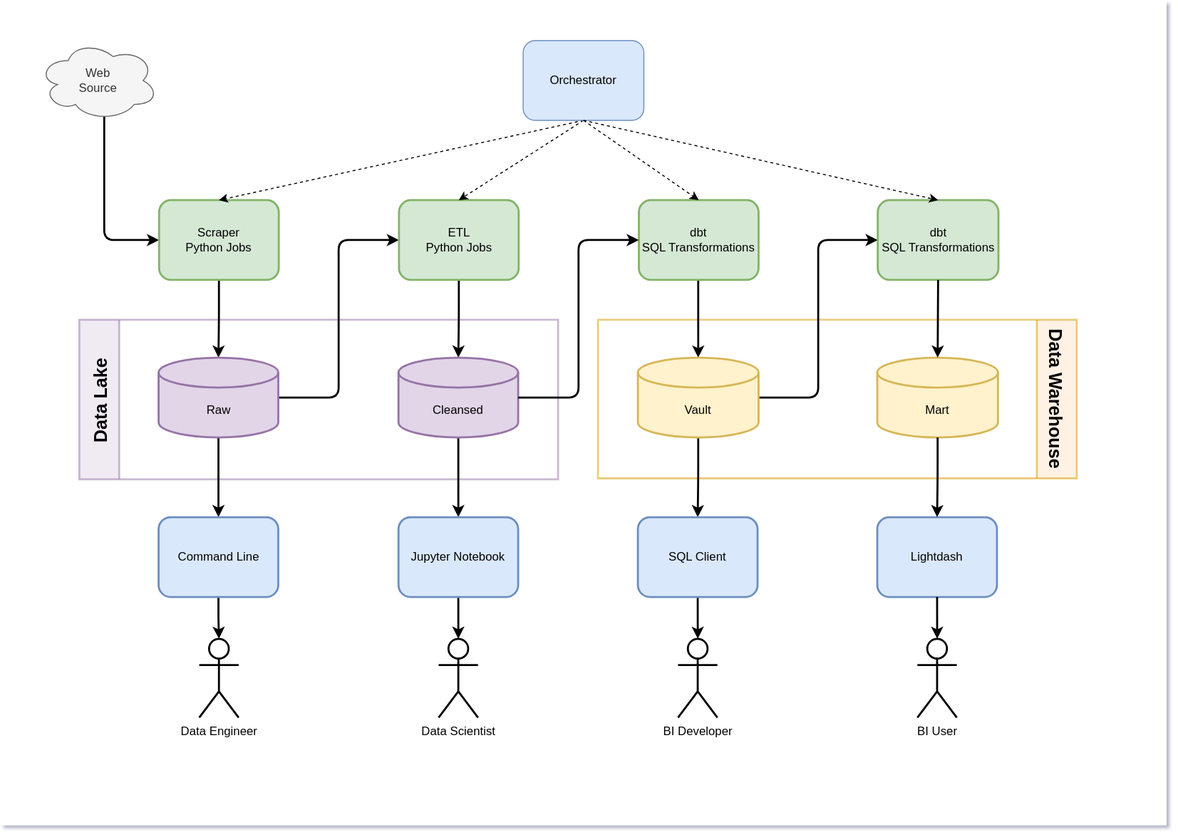
Above: doc/architecture-overview.drawio.svg in petracarrion/job-market-analytics (draw.io), before the change. Source tidied: cells renumbered, new cells last; positions are measured from the earlier drawing's top-left corner, leaving out a move shared by most shapes.
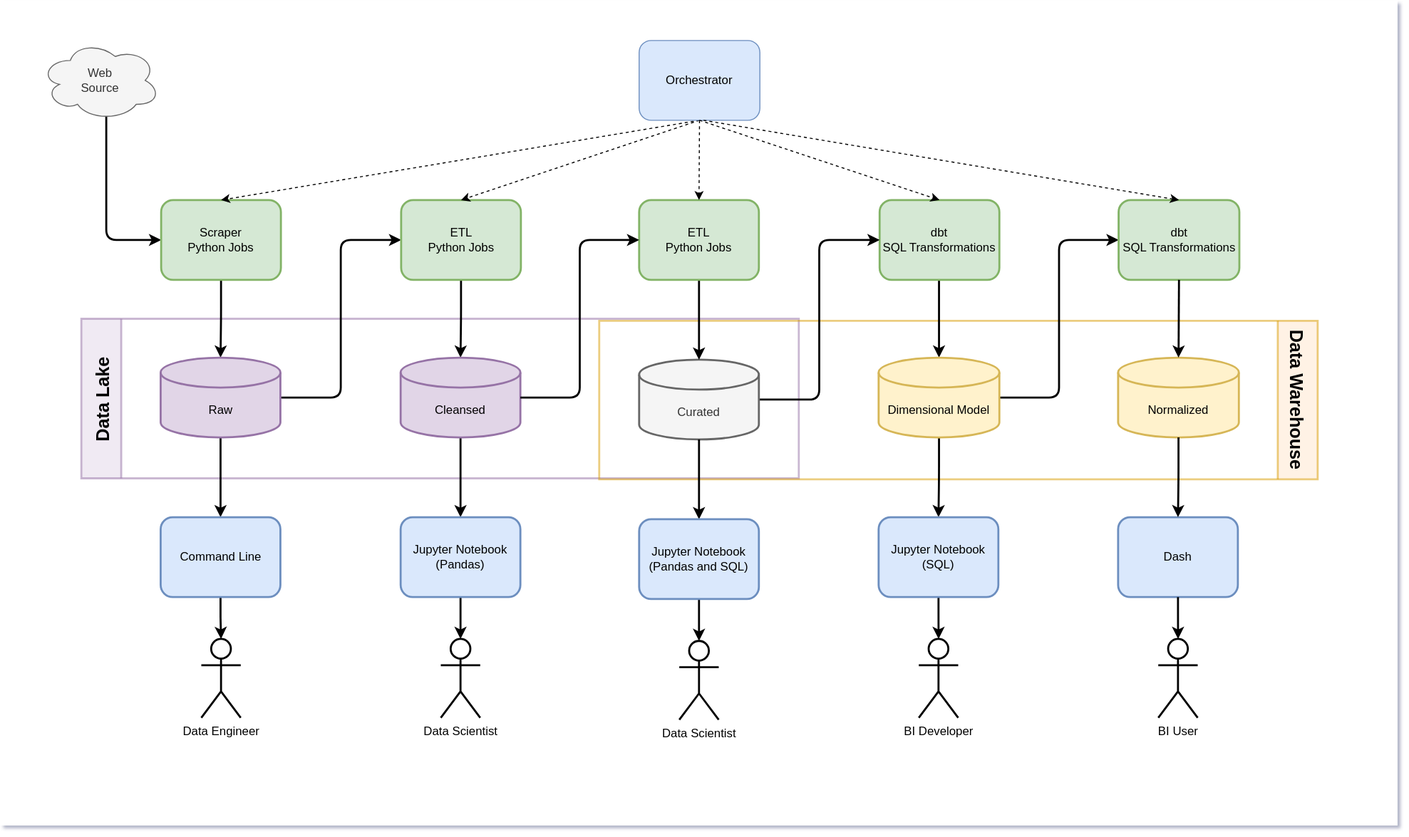
Later version of the same file.

What changed in the source:
```diff
@@ -3,30 +3,30 @@
     <mxCell id="0" />
     <mxCell id="1" parent="0" />
     <mxCell id="2" style="rounded=0;whiteSpace=wrap;html=1;strokeColor=none;" parent="1" vertex="1">
-      <mxGeometry width="1169" height="827" as="geometry" />
+      <mxGeometry x="-120" width="1400" height="827" as="geometry" />
     </mxCell>
     <mxCell id="3" value="Overview" parent="0" />
     <mxCell id="4" value="Data Lake" style="swimlane;horizontal=0;fontSize=18;startSize=40;fillColor=#e1d5e7;strokeColor=#9673a6;strokeWidth=2;opacity=50;" parent="3" vertex="1">
-      <mxGeometry x="79" y="320" width="480" height="160" as="geometry" />
+      <mxGeometry x="-39" y="319" width="719" height="160" as="geometry" />
     </mxCell>
     <mxCell id="5" value="Data Warehouse" style="swimlane;horizontal=0;fontSize=18;startSize=40;fillColor=#ffe6cc;strokeColor=#d79b00;rotation=-180;strokeWidth=2;opacity=50;" parent="3" vertex="1">
-      <mxGeometry x="599" y="320" width="480" height="159" as="geometry" />
+      <mxGeometry x="480" y="321" width="720" height="159" as="geometry" />
     </mxCell>
     <mxCell id="6" style="edgeStyle=orthogonalEdgeStyle;rounded=1;sketch=0;jumpStyle=arc;jettySize=auto;html=1;entryX=0;entryY=0.5;entryDx=0;entryDy=0;shadow=0;fontSize=18;fontColor=#E6E6E6;strokeWidth=2;exitX=0.55;exitY=0.95;exitDx=0;exitDy=0;exitPerimeter=0;" parent="3" edge="1" source="7" target="9">
       <mxGeometry relative="1" as="geometry">
         <Array as="points">
-          <mxPoint x="104" y="240" />
+          <mxPoint x="-14" y="240" />
         </Array>
       </mxGeometry>
     </mxCell>
     <mxCell id="7" value="Web&lt;br&gt;Source" style="ellipse;shape=cloud;whiteSpace=wrap;html=1;fillColor=#f5f5f5;strokeColor=#666666;fontColor=#333333;" parent="3" vertex="1">
-      <mxGeometry x="38" y="40" width="120" height="80" as="geometry" />
+      <mxGeometry x="-80" y="40" width="120" height="80" as="geometry" />
     </mxCell>
     <mxCell id="8" style="edgeStyle=orthogonalEdgeStyle;rounded=1;jettySize=auto;html=1;strokeWidth=2;" parent="3" edge="1" source="9" target="12">
       <mxGeometry relative="1" as="geometry" />
     </mxCell>
     <mxCell id="9" value="Scraper&lt;br&gt;Python Jobs" style="rounded=1;whiteSpace=wrap;html=1;fillColor=#d5e8d4;strokeColor=#82b366;strokeWidth=2;perimeterSpacing=0;" parent="3" vertex="1">
-      <mxGeometry x="159" y="200" width="120" height="80" as="geometry" />
+      <mxGeometry x="41" y="200" width="120" height="80" as="geometry" />
     </mxCell>
     <mxCell id="10" style="edgeStyle=orthogonalEdgeStyle;rounded=1;jettySize=auto;html=1;entryX=0;entryY=0.5;entryDx=0;entryDy=0;strokeWidth=2;" parent="3" edge="1" source="12" target="14">
       <mxGeometry relative="1" as="geometry" />
@@ -35,23 +35,23 @@
       <mxGeometry relative="1" as="geometry" />
     </mxCell>
     <mxCell id="12" value="Raw" style="shape=cylinder3;whiteSpace=wrap;html=1;boundedLbl=1;backgroundOutline=1;size=15;fillColor=#e1d5e7;strokeColor=#9673a6;strokeWidth=2;perimeterSpacing=0;" parent="3" vertex="1">
-      <mxGeometry x="158.5" y="358" width="120" height="80" as="geometry" />
+      <mxGeometry x="40.5" y="358" width="120" height="80" as="geometry" />
     </mxCell>
     <mxCell id="13" style="edgeStyle=orthogonalEdgeStyle;rounded=1;jettySize=auto;html=1;strokeWidth=2;entryX=0.5;entryY=0;entryDx=0;entryDy=0;entryPerimeter=0;exitX=0.5;exitY=1;exitDx=0;exitDy=0;" parent="3" edge="1" source="14" target="16">
       <mxGeometry relative="1" as="geometry" />
     </mxCell>
     <mxCell id="14" value="ETL&lt;br&gt;Python Jobs" style="rounded=1;whiteSpace=wrap;html=1;fillColor=#d5e8d4;strokeColor=#82b366;strokeWidth=2;perimeterSpacing=0;" parent="3" vertex="1">
-      <mxGeometry x="399.5" y="200" width="120" height="80" as="geometry" />
+      <mxGeometry x="281.5" y="200" width="120" height="80" as="geometry" />
     </mxCell>
     <mxCell id="15" style="edgeStyle=orthogonalEdgeStyle;rounded=1;jettySize=auto;html=1;entryX=0.5;entryY=0;entryDx=0;entryDy=0;fontSize=48;strokeWidth=2;" parent="3" edge="1" source="16" target="25">
       <mxGeometry relative="1" as="geometry" />
     </mxCell>
     <mxCell id="16" value="Cleansed" style="shape=cylinder3;whiteSpace=wrap;html=1;boundedLbl=1;backgroundOutline=1;size=15;fillColor=#e1d5e7;strokeColor=#9673a6;strokeWidth=2;perimeterSpacing=0;" parent="3" vertex="1">
-      <mxGeometry x="399" y="358" width="120" height="80" as="geometry" />
+      <mxGeometry x="281" y="358" width="120" height="80" as="geometry" />
     </mxCell>
     <mxCell id="17" style="edgeStyle=orthogonalEdgeStyle;rounded=1;jettySize=auto;html=1;entryX=0.5;entryY=0;entryDx=0;entryDy=0;entryPerimeter=0;strokeWidth=2;jumpStyle=arc;shadow=0;sketch=0;" parent="3" edge="1" target="20">
       <mxGeometry relative="1" as="geometry">
-        <mxPoint x="699.5" y="280" as="sourcePoint" />
+        <mxPoint x="820.5" y="280" as="sourcePoint" />
       </mxGeometry>
     </mxCell>
     <mxCell id="18" style="edgeStyle=orthogonalEdgeStyle;rounded=1;jettySize=auto;html=1;strokeWidth=2;" parent="3" edge="1" source="20" target="22">
@@ -60,53 +60,53 @@
     <mxCell id="19" style="edgeStyle=orthogonalEdgeStyle;rounded=1;sketch=0;jumpStyle=arc;jettySize=auto;html=1;entryX=0;entryY=0.5;entryDx=0;entryDy=0;shadow=0;fontSize=18;fontColor=#E6E6E6;strokeWidth=2;" parent="3" edge="1" source="20" target="30">
       <mxGeometry relative="1" as="geometry" />
     </mxCell>
-    <mxCell id="20" value="Vault" style="shape=cylinder3;whiteSpace=wrap;html=1;boundedLbl=1;backgroundOutline=1;size=15;fillColor=#fff2cc;strokeColor=#d6b656;strokeWidth=2;perimeterSpacing=0;" parent="3" vertex="1">
-      <mxGeometry x="639" y="358" width="121" height="80" as="geometry" />
+    <mxCell id="20" value="Dimensional Model" style="shape=cylinder3;whiteSpace=wrap;html=1;boundedLbl=1;backgroundOutline=1;size=15;fillColor=#fff2cc;strokeColor=#d6b656;strokeWidth=2;perimeterSpacing=0;" parent="3" vertex="1">
+      <mxGeometry x="760" y="358" width="121" height="80" as="geometry" />
     </mxCell>
     <mxCell id="21" style="edgeStyle=orthogonalEdgeStyle;rounded=1;jettySize=auto;html=1;strokeWidth=2;" parent="3" edge="1" source="22" target="23">
       <mxGeometry relative="1" as="geometry" />
     </mxCell>
-    <mxCell id="22" value="SQL Client" style="rounded=1;whiteSpace=wrap;html=1;fillColor=#dae8fc;strokeColor=#6c8ebf;strokeWidth=2;" parent="3" vertex="1">
-      <mxGeometry x="639" y="518" width="120" height="80" as="geometry" />
+    <mxCell id="22" value="Jupyter Notebook&lt;br&gt;(SQL)" style="rounded=1;whiteSpace=wrap;html=1;fillColor=#dae8fc;strokeColor=#6c8ebf;strokeWidth=2;" parent="3" vertex="1">
+      <mxGeometry x="760" y="518" width="120" height="80" as="geometry" />
     </mxCell>
     <mxCell id="23" value="BI Developer" style="shape=umlActor;verticalLabelPosition=bottom;verticalAlign=top;html=1;outlineConnect=0;strokeWidth=2;" parent="3" vertex="1">
-      <mxGeometry x="679.2" y="640" width="39.5" height="79" as="geometry" />
+      <mxGeometry x="800.2" y="640" width="39.5" height="79" as="geometry" />
     </mxCell>
     <mxCell id="24" style="edgeStyle=orthogonalEdgeStyle;rounded=1;jettySize=auto;html=1;entryX=0.5;entryY=0;entryDx=0;entryDy=0;entryPerimeter=0;fontSize=48;strokeWidth=2;" parent="3" edge="1" source="25" target="26">
       <mxGeometry relative="1" as="geometry" />
     </mxCell>
-    <mxCell id="25" value="Jupyter Notebook" style="rounded=1;whiteSpace=wrap;html=1;fillColor=#dae8fc;strokeColor=#6c8ebf;strokeWidth=2;" parent="3" vertex="1">
-      <mxGeometry x="399" y="518" width="120" height="80" as="geometry" />
+    <mxCell id="25" value="Jupyter Notebook&lt;br&gt;(Pandas)" style="rounded=1;whiteSpace=wrap;html=1;fillColor=#dae8fc;strokeColor=#6c8ebf;strokeWidth=2;" parent="3" vertex="1">
+      <mxGeometry x="281" y="518" width="120" height="80" as="geometry" />
     </mxCell>
     <mxCell id="26" value="Data Scientist" style="shape=umlActor;verticalLabelPosition=bottom;verticalAlign=top;html=1;outlineConnect=0;strokeWidth=2;" parent="3" vertex="1">
-      <mxGeometry x="439.2" y="640" width="39.5" height="79" as="geometry" />
+      <mxGeometry x="321.2" y="640" width="39.5" height="79" as="geometry" />
     </mxCell>
     <mxCell id="27" style="edgeStyle=orthogonalEdgeStyle;rounded=0;jettySize=auto;html=1;entryX=0.5;entryY=0;entryDx=0;entryDy=0;entryPerimeter=0;strokeWidth=2;sourcePerimeterSpacing=0;" parent="3" edge="1" source="28" target="29">
       <mxGeometry relative="1" as="geometry" />
     </mxCell>
     <mxCell id="28" value="Command Line" style="rounded=1;whiteSpace=wrap;html=1;fillColor=#dae8fc;strokeColor=#6c8ebf;strokeWidth=2;" parent="3" vertex="1">
-      <mxGeometry x="158.5" y="518" width="120" height="80" as="geometry" />
+      <mxGeometry x="40.5" y="518" width="120" height="80" as="geometry" />
     </mxCell>
     <mxCell id="29" value="Data Engineer" style="shape=umlActor;verticalLabelPosition=bottom;verticalAlign=top;html=1;outlineConnect=0;strokeWidth=2;" parent="3" vertex="1">
-      <mxGeometry x="199.2" y="640" width="39.5" height="79" as="geometry" />
+      <mxGeometry x="81.2" y="640" width="39.5" height="79" as="geometry" />
     </mxCell>
     <mxCell id="30" value="dbt&lt;br&gt;SQL Transformations" style="rounded=1;whiteSpace=wrap;html=1;fillColor=#d5e8d4;strokeColor=#82b366;strokeWidth=2;perimeterSpacing=0;" parent="3" vertex="1">
-      <mxGeometry x="879.5" y="200" width="121" height="80" as="geometry" />
+      <mxGeometry x="1000.5" y="200" width="121" height="80" as="geometry" />
     </mxCell>
-    <mxCell id="31" value="Mart" style="shape=cylinder3;whiteSpace=wrap;html=1;boundedLbl=1;backgroundOutline=1;size=15;fillColor=#fff2cc;strokeColor=#d6b656;strokeWidth=2;perimeterSpacing=0;" parent="3" vertex="1">
-      <mxGeometry x="879" y="358" width="121" height="80" as="geometry" />
+    <mxCell id="31" value="Normalized" style="shape=cylinder3;whiteSpace=wrap;html=1;boundedLbl=1;backgroundOutline=1;size=15;fillColor=#fff2cc;strokeColor=#d6b656;strokeWidth=2;perimeterSpacing=0;" parent="3" vertex="1">
+      <mxGeometry x="1000" y="358" width="121" height="80" as="geometry" />
     </mxCell>
     <mxCell id="32" style="edgeStyle=orthogonalEdgeStyle;rounded=1;jettySize=auto;html=1;entryX=0.5;entryY=0;entryDx=0;entryDy=0;entryPerimeter=0;strokeWidth=2;jumpStyle=arc;shadow=0;sketch=0;" parent="3" edge="1" source="30" target="31">
       <mxGeometry relative="1" as="geometry" />
     </mxCell>
-    <mxCell id="33" value="Lightdash" style="rounded=1;whiteSpace=wrap;html=1;fillColor=#dae8fc;strokeColor=#6c8ebf;strokeWidth=2;" parent="3" vertex="1">
-      <mxGeometry x="879" y="518" width="120" height="80" as="geometry" />
+    <mxCell id="33" value="Dash" style="rounded=1;whiteSpace=wrap;html=1;fillColor=#dae8fc;strokeColor=#6c8ebf;strokeWidth=2;" parent="3" vertex="1">
+      <mxGeometry x="1000" y="518" width="120" height="80" as="geometry" />
     </mxCell>
     <mxCell id="34" style="edgeStyle=orthogonalEdgeStyle;rounded=1;jettySize=auto;html=1;strokeWidth=2;" parent="3" edge="1" source="31" target="33">
       <mxGeometry relative="1" as="geometry" />
     </mxCell>
     <mxCell id="35" value="BI User" style="shape=umlActor;verticalLabelPosition=bottom;verticalAlign=top;html=1;outlineConnect=0;strokeWidth=2;" parent="3" vertex="1">
-      <mxGeometry x="919.2" y="640" width="39.5" height="79" as="geometry" />
+      <mxGeometry x="1040.2" y="640" width="39.5" height="79" as="geometry" />
     </mxCell>
     <mxCell id="36" style="edgeStyle=orthogonalEdgeStyle;rounded=1;jettySize=auto;html=1;strokeWidth=2;" parent="3" edge="1" source="33" target="35">
       <mxGeometry relative="1" as="geometry" />
@@ -118,10 +118,10 @@
       <mxGeometry relative="1" as="geometry" />
     </mxCell>
     <mxCell id="39" value="Orchestrator" style="rounded=1;whiteSpace=wrap;html=1;fillColor=#dae8fc;strokeColor=#6c8ebf;" parent="3" vertex="1">
-      <mxGeometry x="524" y="40" width="121" height="80" as="geometry" />
+      <mxGeometry x="520" y="40" width="121" height="80" as="geometry" />
     </mxCell>
     <mxCell id="40" value="dbt&lt;br&gt;SQL Transformations" style="rounded=1;whiteSpace=wrap;html=1;fillColor=#d5e8d4;strokeColor=#82b366;strokeWidth=2;perimeterSpacing=0;" parent="3" vertex="1">
-      <mxGeometry x="640" y="200" width="120" height="80" as="geometry" />
+      <mxGeometry x="761" y="200" width="120" height="80" as="geometry" />
     </mxCell>
     <mxCell id="41" style="edgeStyle=none;rounded=0;jettySize=auto;html=1;entryX=0.5;entryY=0;entryDx=0;entryDy=0;exitX=0.5;exitY=1;exitDx=0;exitDy=0;dashed=1;" parent="3" edge="1" source="39" target="40">
       <mxGeometry relative="1" as="geometry" />
@@ -131,8 +131,37 @@
         <mxPoint x="584.5" y="120" as="sourcePoint" />
       </mxGeometry>
     </mxCell>
-    <mxCell id="43" style="edgeStyle=orthogonalEdgeStyle;rounded=1;jettySize=auto;html=1;entryX=0;entryY=0.5;entryDx=0;entryDy=0;strokeWidth=2;exitX=1;exitY=0.5;exitDx=0;exitDy=0;exitPerimeter=0;" parent="3" edge="1" source="16" target="40">
-      <mxGeometry relative="1" as="geometry" />
-    </mxCell>
+    <mxCell id="44" style="edgeStyle=orthogonalEdgeStyle;rounded=1;jettySize=auto;html=1;entryX=0;entryY=0.5;entryDx=0;entryDy=0;strokeWidth=2;jumpStyle=arc;" parent="3" edge="1" source="45" target="40">
+      <mxGeometry relative="1" as="geometry" />
+    </mxCell>
+    <mxCell id="45" value="Curated" style="shape=cylinder3;whiteSpace=wrap;html=1;boundedLbl=1;backgroundOutline=1;size=15;fillColor=#f5f5f5;strokeColor=#666666;strokeWidth=2;perimeterSpacing=0;fontColor=#333333;" parent="3" vertex="1">
+      <mxGeometry x="520" y="360" width="120" height="80" as="geometry" />
+    </mxCell>
+    <mxCell id="46" style="edgeStyle=orthogonalEdgeStyle;rounded=0;jettySize=auto;html=1;strokeWidth=2;" parent="3" edge="1" source="47" target="45">
+      <mxGeometry relative="1" as="geometry" />
+    </mxCell>
+    <mxCell id="47" value="ETL&lt;br&gt;Python Jobs" style="rounded=1;whiteSpace=wrap;html=1;fillColor=#d5e8d4;strokeColor=#82b366;strokeWidth=2;perimeterSpacing=0;" parent="3" vertex="1">
+      <mxGeometry x="520" y="200" width="120" height="80" as="geometry" />
+    </mxCell>
+    <mxCell id="48" style="edgeStyle=orthogonalEdgeStyle;rounded=1;jettySize=auto;html=1;entryX=0;entryY=0.5;entryDx=0;entryDy=0;strokeWidth=2;exitX=1;exitY=0.5;exitDx=0;exitDy=0;exitPerimeter=0;" parent="3" edge="1" source="16" target="47">
+      <mxGeometry relative="1" as="geometry" />
+    </mxCell>
+    <mxCell id="49" style="edgeStyle=orthogonalEdgeStyle;rounded=1;jettySize=auto;html=1;entryX=0.5;entryY=0;entryDx=0;entryDy=0;fontSize=48;strokeWidth=2;" parent="3" edge="1" target="51">
+      <mxGeometry relative="1" as="geometry">
+        <mxPoint x="580" y="440" as="sourcePoint" />
+      </mxGeometry>
+    </mxCell>
+    <mxCell id="50" style="edgeStyle=orthogonalEdgeStyle;rounded=1;jettySize=auto;html=1;entryX=0.5;entryY=0;entryDx=0;entryDy=0;entryPerimeter=0;fontSize=48;strokeWidth=2;" parent="3" edge="1" source="51" target="52">
+      <mxGeometry relative="1" as="geometry" />
+    </mxCell>
+    <mxCell id="51" value="Jupyter Notebook&lt;br&gt;(Pandas and SQL)" style="rounded=1;whiteSpace=wrap;html=1;fillColor=#dae8fc;strokeColor=#6c8ebf;strokeWidth=2;" parent="3" vertex="1">
+      <mxGeometry x="520" y="520" width="120" height="80" as="geometry" />
+    </mxCell>
+    <mxCell id="52" value="Data Scientist" style="shape=umlActor;verticalLabelPosition=bottom;verticalAlign=top;html=1;outlineConnect=0;strokeWidth=2;" parent="3" vertex="1">
+      <mxGeometry x="560.2" y="642" width="39.5" height="79" as="geometry" />
+    </mxCell>
+    <mxCell id="53" style="edgeStyle=none;rounded=0;jettySize=auto;html=1;entryX=0.5;entryY=0;entryDx=0;entryDy=0;exitX=0.5;exitY=1;exitDx=0;exitDy=0;dashed=1;" parent="3" edge="1" source="39" target="47">
+      <mxGeometry relative="1" as="geometry" />
+    </mxCell>
   </root>
 </mxGraphModel>
```
